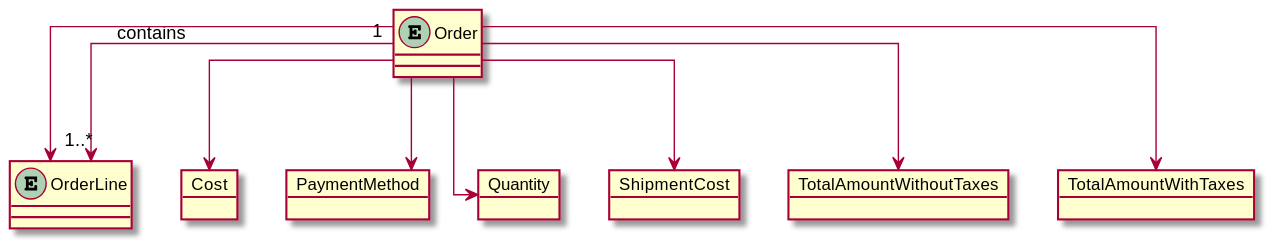
This is Documentação/Geral/ModeloDomínio/AggregateOrder.svg from Pedromaia26/LAPR4-ISEP, a PlantUML export, as it was before one commit.
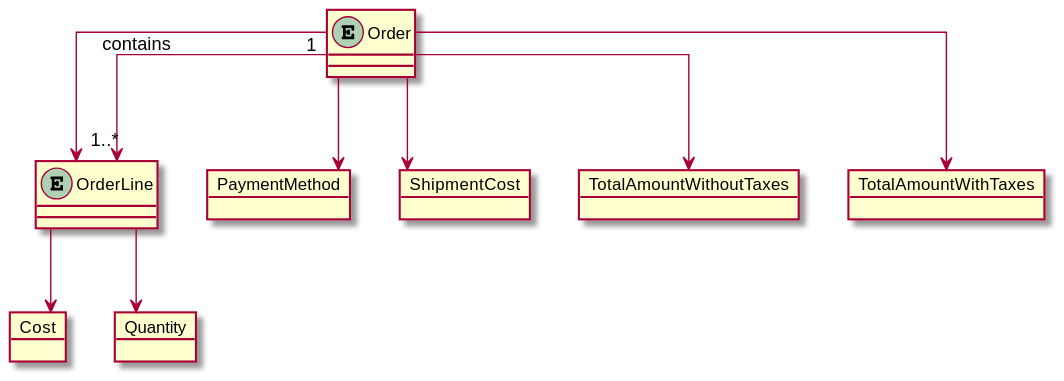
After the commit.

Commit message:
#1 correcting aggregate order

The edit, as a diff of the source:
```diff
@@ -14,13 +14,14 @@
 
 Order "1" --> "1..*" OrderLine : contains
 
-Order --> Cost
+
 Order --> OrderLine
 Order --> PaymentMethod
-Order --> Quantity
 Order --> ShipmentCost
 Order --> TotalAmountWithoutTaxes
 Order --> TotalAmountWithTaxes
+OrderLine --> Cost
+OrderLine --> Quantity
 
 
 
```
